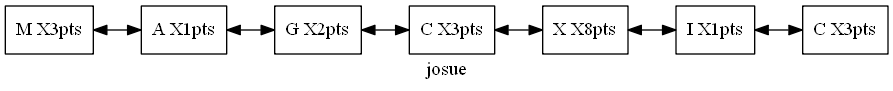
This is Reportes/ListaJugador.png from hr9457/EDD_1S2020_PY1_201314296, a Graphviz export, as it was before one commit. Its source is kept beside it as ArchivosDot/ListaJugador.dot.
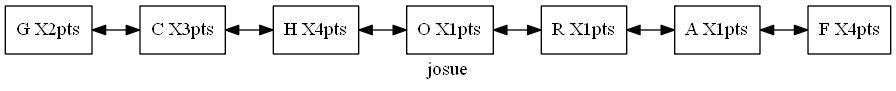
Above is the later version.

The edit, as a diff of the source:
```diff
@@ -1,13 +1,13 @@
 digraph Lista {
 rankdir=LR;
 node [shape=record];
-Nodo0[label="M  X3pts"]
-Nodo1[label="A  X1pts"]
-Nodo2[label="G  X2pts"]
-Nodo3[label="C  X3pts"]
-Nodo4[label="X  X8pts"]
-Nodo5[label="I  X1pts"]
-Nodo6[label="C  X3pts"]
+Nodo0[label="G  X2pts"]
+Nodo1[label="C  X3pts"]
+Nodo2[label="H  X4pts"]
+Nodo3[label="O  X1pts"]
+Nodo4[label="R  X1pts"]
+Nodo5[label="A  X1pts"]
+Nodo6[label="F  X4pts"]
 Nodo0->Nodo1[dir=both];
 Nodo1->Nodo2[dir=both];
 Nodo2->Nodo3[dir=both];
```
